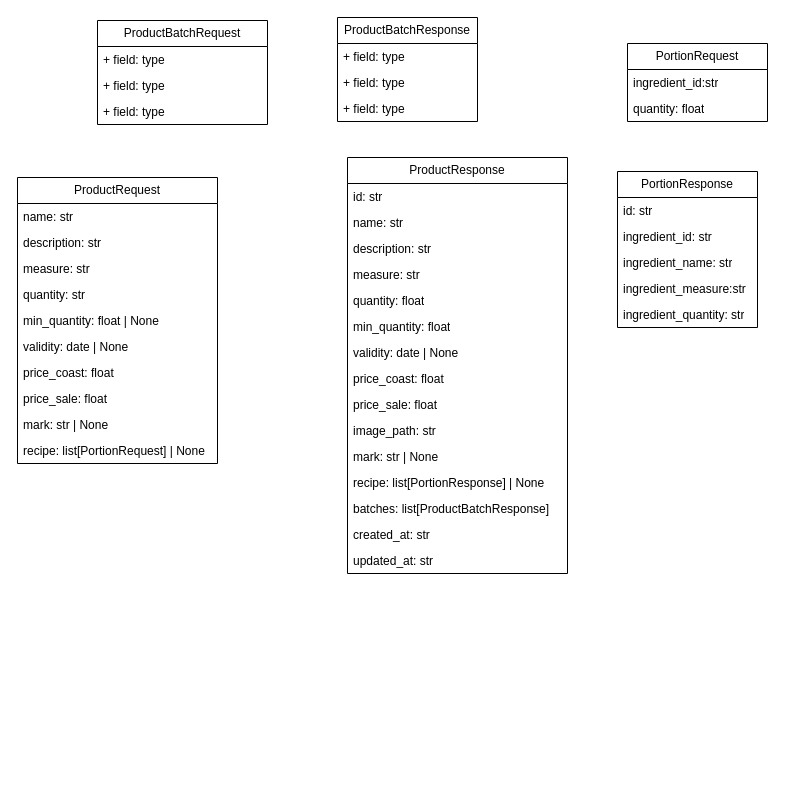
Before: page "product" (3 of 3) of docs/api.drawio in mauriciobenjamin700/bakery-system-api, a draw.io diagram. Source tidied: cells renumbered, new cells numbered last; positions are measured from the earlier drawing's top-left corner, leaving out a move shared by most shapes. Both pictures are drawn from the tidied source at 100%, with x=0, y=0 at pixel (17, 17).
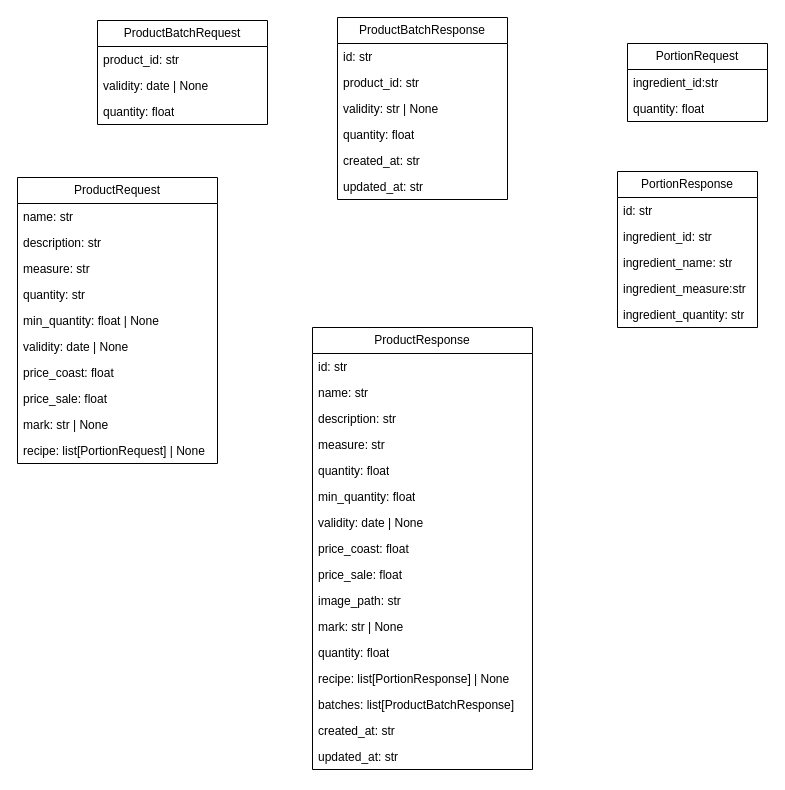
Above is the later version.

Commit message (it also covers changes not shown here):
feat: product service

The change refers to these unchanged cells:
```xml
<mxCell id="29" value="ProductBatchRequest" style="swimlane;fontStyle=0;horizontal=1;startSize=26;fillColor=none;whiteSpace=wrap;html=1;" parent="1" vertex="1">
  <mxGeometry x="80" y="3" width="170" height="104" as="geometry" />
</mxCell>
```

The edit, as a diff of the source:
```diff
@@
     <mxCell id="13" value="ProductResponse" style="swimlane;fontStyle=0;horizontal=1;startSize=26;fillColor=none;whiteSpace=wrap;html=1;" parent="1" vertex="1">
-      <mxGeometry x="330" y="140" width="220" height="416" as="geometry" />
+      <mxGeometry x="295" y="310" width="220" height="442" as="geometry" />
     </mxCell>
@@
+    <mxCell id="46" value="quantity: float" style="text;strokeColor=none;fillColor=none;align=left;verticalAlign=top;spacingLeft=4;spacingRight=4;overflow=hidden;whiteSpace=wrap;html=1;" parent="13" vertex="1">
+      <mxGeometry y="312" width="220" height="26" as="geometry" />
+    </mxCell>
     <mxCell id="25" value="recipe: list[PortionResponse] | None" style="text;strokeColor=none;fillColor=none;align=left;verticalAlign=top;spacingLeft=4;spacingRight=4;overflow=hidden;whiteSpace=wrap;html=1;" parent="13" vertex="1">
-      <mxGeometry y="312" width="220" height="26" as="geometry" />
+      <mxGeometry y="338" width="220" height="26" as="geometry" />
     </mxCell>
     <mxCell id="26" value="batches: list[ProductBatchResponse]" style="text;strokeColor=none;fillColor=none;align=left;verticalAlign=top;spacingLeft=4;spacingRight=4;overflow=hidden;whiteSpace=wrap;html=1;" parent="13" vertex="1">
-      <mxGeometry y="338" width="220" height="26" as="geometry" />
+      <mxGeometry y="364" width="220" height="26" as="geometry" />
     </mxCell>
     <mxCell id="27" value="created_at: str" style="text;strokeColor=none;fillColor=none;align=left;verticalAlign=top;spacingLeft=4;spacingRight=4;overflow=hidden;whiteSpace=wrap;html=1;" parent="13" vertex="1">
-      <mxGeometry y="364" width="220" height="26" as="geometry" />
+      <mxGeometry y="390" width="220" height="26" as="geometry" />
     </mxCell>
     <mxCell id="28" value="updated_at: str" style="text;strokeColor=none;fillColor=none;align=left;verticalAlign=top;spacingLeft=4;spacingRight=4;overflow=hidden;whiteSpace=wrap;html=1;" parent="13" vertex="1">
-      <mxGeometry y="390" width="220" height="26" as="geometry" />
+      <mxGeometry y="416" width="220" height="26" as="geometry" />
     </mxCell>
@@
-    <mxCell id="30" value="+ field: type" style="text;strokeColor=none;fillColor=none;align=left;verticalAlign=top;spacingLeft=4;spacingRight=4;overflow=hidden;whiteSpace=wrap;html=1;" parent="29" vertex="1">
+    <mxCell id="30" value="product_id: str" style="text;strokeColor=none;fillColor=none;align=left;verticalAlign=top;spacingLeft=4;spacingRight=4;overflow=hidden;whiteSpace=wrap;html=1;" parent="29" vertex="1">
       <mxGeometry y="26" width="170" height="26" as="geometry" />
     </mxCell>
-    <mxCell id="31" value="+ field: type" style="text;strokeColor=none;fillColor=none;align=left;verticalAlign=top;spacingLeft=4;spacingRight=4;overflow=hidden;whiteSpace=wrap;html=1;" parent="29" vertex="1">
+    <mxCell id="31" value="validity: date | None" style="text;strokeColor=none;fillColor=none;align=left;verticalAlign=top;spacingLeft=4;spacingRight=4;overflow=hidden;whiteSpace=wrap;html=1;" parent="29" vertex="1">
       <mxGeometry y="52" width="170" height="26" as="geometry" />
     </mxCell>
-    <mxCell id="32" value="+ field: type" style="text;strokeColor=none;fillColor=none;align=left;verticalAlign=top;spacingLeft=4;spacingRight=4;overflow=hidden;whiteSpace=wrap;html=1;" parent="29" vertex="1">
+    <mxCell id="32" value="quantity: float" style="text;strokeColor=none;fillColor=none;align=left;verticalAlign=top;spacingLeft=4;spacingRight=4;overflow=hidden;whiteSpace=wrap;html=1;" parent="29" vertex="1">
       <mxGeometry y="78" width="170" height="26" as="geometry" />
     </mxCell>
     <mxCell id="33" value="ProductBatchResponse" style="swimlane;fontStyle=0;horizontal=1;startSize=26;fillColor=none;whiteSpace=wrap;html=1;" parent="1" vertex="1">
-      <mxGeometry x="320" width="140" height="104" as="geometry" />
+      <mxGeometry x="320" width="170" height="182" as="geometry" />
     </mxCell>
-    <mxCell id="34" value="+ field: type" style="text;strokeColor=none;fillColor=none;align=left;verticalAlign=top;spacingLeft=4;spacingRight=4;overflow=hidden;whiteSpace=wrap;html=1;" parent="33" vertex="1">
-      <mxGeometry y="26" width="140" height="26" as="geometry" />
+    <mxCell id="34" value="id: str" style="text;strokeColor=none;fillColor=none;align=left;verticalAlign=top;spacingLeft=4;spacingRight=4;overflow=hidden;whiteSpace=wrap;html=1;" parent="33" vertex="1">
+      <mxGeometry y="26" width="170" height="26" as="geometry" />
     </mxCell>
-    <mxCell id="35" value="+ field: type" style="text;strokeColor=none;fillColor=none;align=left;verticalAlign=top;spacingLeft=4;spacingRight=4;overflow=hidden;whiteSpace=wrap;html=1;" parent="33" vertex="1">
-      <mxGeometry y="52" width="140" height="26" as="geometry" />
+    <mxCell id="35" value="product_id: str" style="text;strokeColor=none;fillColor=none;align=left;verticalAlign=top;spacingLeft=4;spacingRight=4;overflow=hidden;whiteSpace=wrap;html=1;" parent="33" vertex="1">
+      <mxGeometry y="52" width="170" height="26" as="geometry" />
     </mxCell>
-    <mxCell id="36" value="+ field: type" style="text;strokeColor=none;fillColor=none;align=left;verticalAlign=top;spacingLeft=4;spacingRight=4;overflow=hidden;whiteSpace=wrap;html=1;" parent="33" vertex="1">
-      <mxGeometry y="78" width="140" height="26" as="geometry" />
+    <mxCell id="36" value="validity: str | None" style="text;strokeColor=none;fillColor=none;align=left;verticalAlign=top;spacingLeft=4;spacingRight=4;overflow=hidden;whiteSpace=wrap;html=1;" parent="33" vertex="1">
+      <mxGeometry y="78" width="170" height="26" as="geometry" />
     </mxCell>
+    <mxCell id="47" value="quantity: float" style="text;strokeColor=none;fillColor=none;align=left;verticalAlign=top;spacingLeft=4;spacingRight=4;overflow=hidden;whiteSpace=wrap;html=1;" parent="33" vertex="1">
+      <mxGeometry y="104" width="170" height="26" as="geometry" />
+    </mxCell>
+    <mxCell id="48" value="created_at: str" style="text;strokeColor=none;fillColor=none;align=left;verticalAlign=top;spacingLeft=4;spacingRight=4;overflow=hidden;whiteSpace=wrap;html=1;" parent="33" vertex="1">
+      <mxGeometry y="130" width="170" height="26" as="geometry" />
+    </mxCell>
+    <mxCell id="49" value="updated_at: str" style="text;strokeColor=none;fillColor=none;align=left;verticalAlign=top;spacingLeft=4;spacingRight=4;overflow=hidden;whiteSpace=wrap;html=1;" parent="33" vertex="1">
+      <mxGeometry y="156" width="170" height="26" as="geometry" />
+    </mxCell>
```
